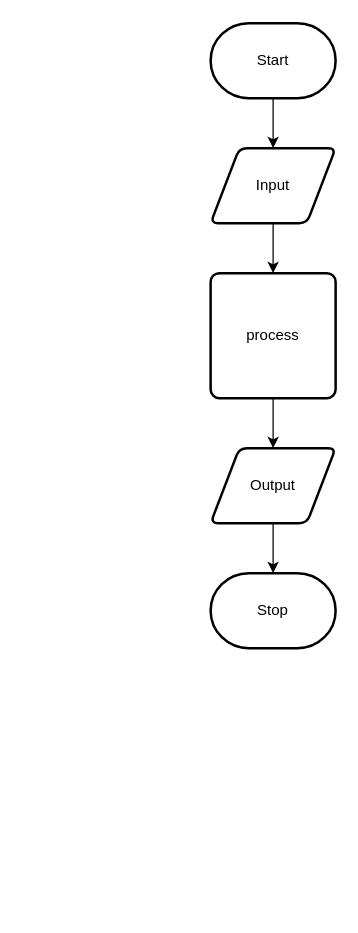
brennan-lee/ICS2O-6-02 keeps this draw.io diagram as design/flow-chart.drawio. Above is the earlier version. Source tidied: cells renumbered, new cells numbered last; positions are measured from the earlier drawing's top-left corner, leaving out a move shared by most shapes. Both pictures are drawn from the tidied source at 125%, with x=0, y=0 at pixel (210, 22).
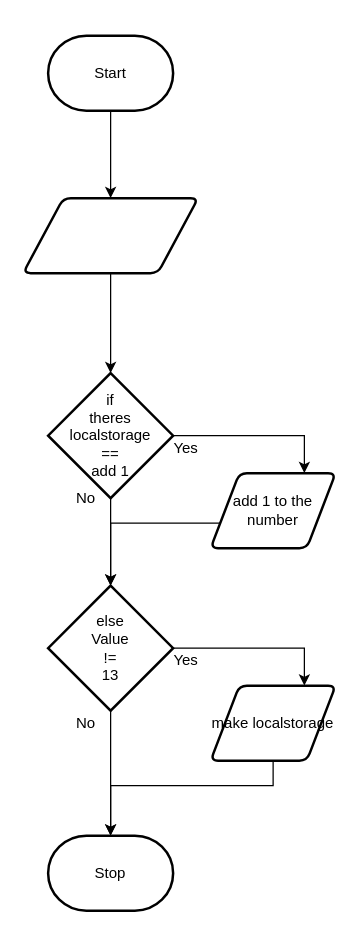
After the change.

Commit message (it also covers changes not shown here):
flow story

Diff of the diagram source:
```diff
@@
-    <mxCell id="2" style="edgeStyle=none;html=1;" parent="1" edge="1" source="3" target="5">
-      <mxGeometry relative="1" as="geometry" />
-    </mxCell>
     <mxCell id="3" value="Start" style="strokeWidth=2;html=1;shape=mxgraph.flowchart.terminator;whiteSpace=wrap;" parent="1" vertex="1">
-      <mxGeometry width="100" height="60" as="geometry" />
+      <mxGeometry x="-130" y="10" width="100" height="60" as="geometry" />
     </mxCell>
-    <mxCell id="4" style="edgeStyle=none;html=1;" parent="1" edge="1" source="5" target="7">
-      <mxGeometry relative="1" as="geometry" />
-    </mxCell>
-    <mxCell id="5" value="Input" style="shape=parallelogram;html=1;strokeWidth=2;perimeter=parallelogramPerimeter;whiteSpace=wrap;rounded=1;arcSize=12;size=0.23;" parent="1" vertex="1">
-      <mxGeometry y="100" width="100" height="60" as="geometry" />
-    </mxCell>
-    <mxCell id="6" style="edgeStyle=none;html=1;" parent="1" edge="1" source="7" target="9">
-      <mxGeometry relative="1" as="geometry" />
-    </mxCell>
-    <mxCell id="7" value="process" style="rounded=1;whiteSpace=wrap;html=1;absoluteArcSize=1;arcSize=14;strokeWidth=2;" parent="1" vertex="1">
-      <mxGeometry y="200" width="100" height="100" as="geometry" />
-    </mxCell>
-    <mxCell id="8" style="edgeStyle=none;html=1;" parent="1" edge="1" source="9" target="10">
-      <mxGeometry relative="1" as="geometry" />
-    </mxCell>
-    <mxCell id="9" value="Output" style="shape=parallelogram;html=1;strokeWidth=2;perimeter=parallelogramPerimeter;whiteSpace=wrap;rounded=1;arcSize=12;size=0.23;" parent="1" vertex="1">
-      <mxGeometry y="340" width="100" height="60" as="geometry" />
-    </mxCell>
+    <mxCell id="11" style="edgeStyle=none;html=1;exitX=0.5;exitY=1;exitDx=0;exitDy=0;exitPerimeter=0;" parent="1" edge="1" source="3" target="13">
+      <mxGeometry relative="1" as="geometry" />
+    </mxCell>
+    <mxCell id="12" style="edgeStyle=none;html=1;" parent="1" edge="1" source="13" target="16">
+      <mxGeometry relative="1" as="geometry" />
+    </mxCell>
+    <mxCell id="13" style="shape=parallelogram;html=1;strokeWidth=2;perimeter=parallelogramPerimeter;whiteSpace=wrap;rounded=1;arcSize=12;size=0.23;" parent="1" vertex="1">
+      <mxGeometry x="-150" y="140" width="140" height="60" as="geometry" />
+    </mxCell>
+    <mxCell id="14" style="edgeStyle=orthogonalEdgeStyle;html=1;entryX=0.75;entryY=0;entryDx=0;entryDy=0;rounded=0;" parent="1" edge="1" source="16" target="18">
+      <mxGeometry relative="1" as="geometry" />
+    </mxCell>
+    <mxCell id="15" style="edgeStyle=orthogonalEdgeStyle;rounded=0;html=1;" parent="1" edge="1" source="16" target="21">
+      <mxGeometry relative="1" as="geometry" />
+    </mxCell>
+    <mxCell id="16" value="if&lt;br&gt;theres localstorage&lt;br&gt;==&lt;br&gt;add 1" style="strokeWidth=2;html=1;shape=mxgraph.flowchart.decision;whiteSpace=wrap;" parent="1" vertex="1">
+      <mxGeometry x="-130" y="280" width="100" height="100" as="geometry" />
+    </mxCell>
+    <mxCell id="17" style="edgeStyle=orthogonalEdgeStyle;rounded=0;html=1;" parent="1" edge="1" source="18" target="21">
+      <mxGeometry relative="1" as="geometry">
+        <Array as="points">
+          <mxPoint x="-80" y="400" />
+        </Array>
+      </mxGeometry>
+    </mxCell>
+    <mxCell id="18" value="add 1 to the number" style="shape=parallelogram;html=1;strokeWidth=2;perimeter=parallelogramPerimeter;whiteSpace=wrap;rounded=1;arcSize=12;size=0.23;" parent="1" vertex="1">
+      <mxGeometry y="360" width="100" height="60" as="geometry" />
+    </mxCell>
+    <mxCell id="19" style="edgeStyle=orthogonalEdgeStyle;rounded=0;html=1;entryX=0.75;entryY=0;entryDx=0;entryDy=0;" parent="1" edge="1" source="21" target="23">
+      <mxGeometry relative="1" as="geometry" />
+    </mxCell>
+    <mxCell id="20" style="edgeStyle=orthogonalEdgeStyle;rounded=0;html=1;" parent="1" edge="1" source="21" target="10">
+      <mxGeometry relative="1" as="geometry" />
+    </mxCell>
+    <mxCell id="21" value="else&lt;br&gt;Value&lt;br&gt;!=&lt;br&gt;13" style="strokeWidth=2;html=1;shape=mxgraph.flowchart.decision;whiteSpace=wrap;" parent="1" vertex="1">
+      <mxGeometry x="-130" y="450" width="100" height="100" as="geometry" />
+    </mxCell>
+    <mxCell id="22" style="edgeStyle=orthogonalEdgeStyle;rounded=0;html=1;" parent="1" edge="1" source="23" target="10">
+      <mxGeometry relative="1" as="geometry">
+        <Array as="points">
+          <mxPoint x="50" y="610" />
+          <mxPoint x="-80" y="610" />
+        </Array>
+      </mxGeometry>
+    </mxCell>
+    <mxCell id="23" value="make localstorage" style="shape=parallelogram;html=1;strokeWidth=2;perimeter=parallelogramPerimeter;whiteSpace=wrap;rounded=1;arcSize=12;size=0.23;" parent="1" vertex="1">
+      <mxGeometry y="530" width="100" height="60" as="geometry" />
+    </mxCell>
     <mxCell id="10" value="Stop" style="strokeWidth=2;html=1;shape=mxgraph.flowchart.terminator;whiteSpace=wrap;" parent="1" vertex="1">
-      <mxGeometry y="440" width="100" height="60" as="geometry" />
+      <mxGeometry x="-130" y="650" width="100" height="60" as="geometry" />
     </mxCell>
+    <mxCell id="24" value="Yes" style="text;html=1;align=center;verticalAlign=middle;strokeColor=none;fillColor=none;" parent="1" vertex="1">
+      <mxGeometry x="-40" y="330" width="40" height="20" as="geometry" />
+    </mxCell>
+    <mxCell id="25" value="No" style="text;html=1;align=center;verticalAlign=middle;strokeColor=none;fillColor=none;" parent="1" vertex="1">
+      <mxGeometry x="-115" y="370" width="30" height="20" as="geometry" />
+    </mxCell>
+    <mxCell id="26" value="Yes" style="text;html=1;align=center;verticalAlign=middle;strokeColor=none;fillColor=none;" parent="1" vertex="1">
+      <mxGeometry x="-40" y="500" width="40" height="20" as="geometry" />
+    </mxCell>
+    <mxCell id="27" value="No" style="text;html=1;align=center;verticalAlign=middle;strokeColor=none;fillColor=none;" parent="1" vertex="1">
+      <mxGeometry x="-115" y="550" width="30" height="20" as="geometry" />
+    </mxCell>
```
